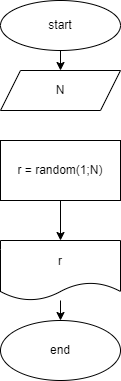
ElenaGanuzina/practice keeps this draw.io diagram as ex00.drawio.png. Above is the earlier version. Source tidied: cells renumbered, new cells last; positions are measured from the earlier drawing's top-left corner, leaving out a move shared by most shapes.
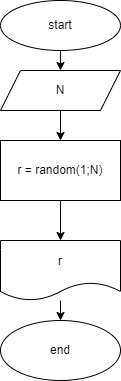
Later version of the same file.

What changed in the source:
```diff
@@ -8,6 +8,9 @@
     <mxCell id="3" value="start" style="ellipse;whiteSpace=wrap;html=1;" parent="1" vertex="1">
       <mxGeometry width="120" height="50" as="geometry" />
     </mxCell>
+    <mxCell id="10" style="edgeStyle=none;html=1;" parent="1" edge="1" source="4" target="6">
+      <mxGeometry relative="1" as="geometry" />
+    </mxCell>
     <mxCell id="4" value="N" style="shape=parallelogram;perimeter=parallelogramPerimeter;whiteSpace=wrap;html=1;fixedSize=1;" parent="1" vertex="1">
       <mxGeometry y="70" width="120" height="40" as="geometry" />
     </mxCell>
```
